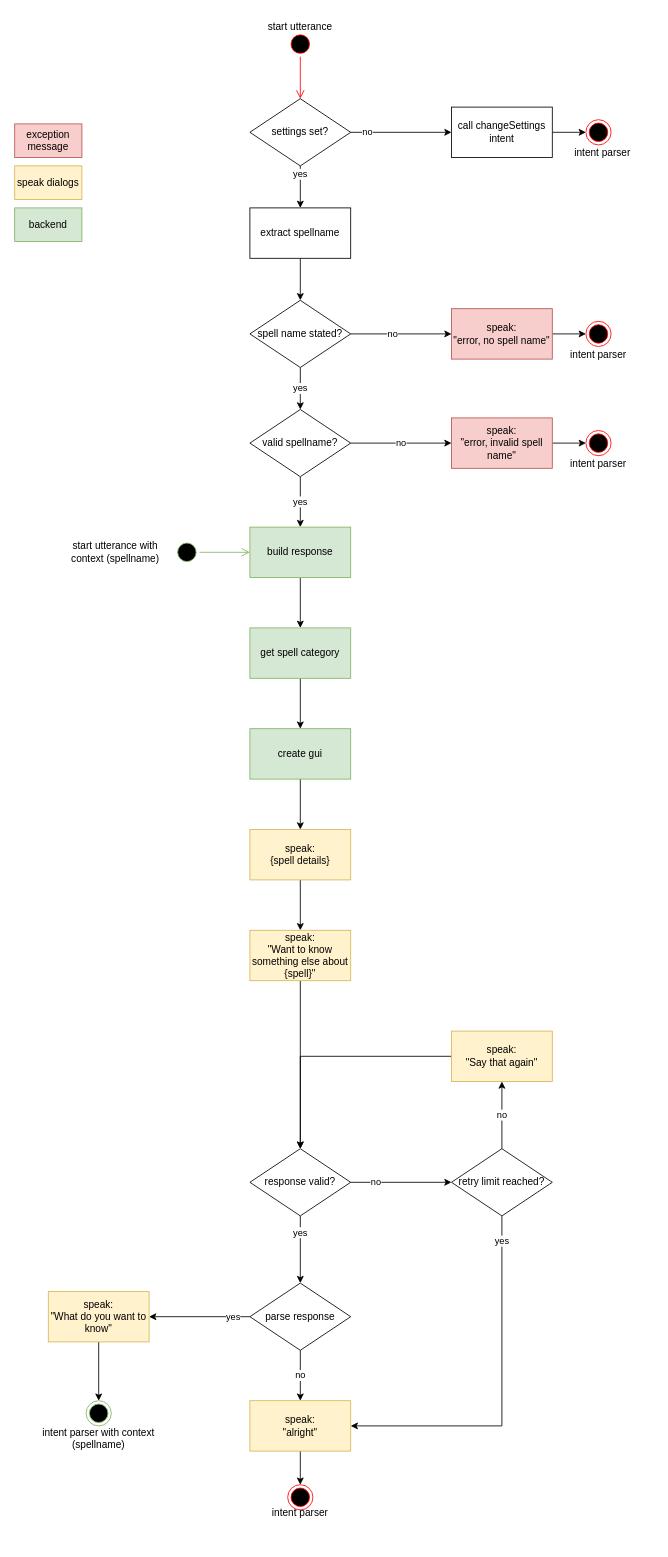
Linyeir/spellcastmanager-skill keeps this draw.io diagram as doc/activityDiagram/getAllDetails.drawio. Above is the earlier version. Source tidied: cells renumbered, new cells numbered last; positions are measured from the earlier drawing's top-left corner, leaving out a move shared by most shapes. Both pictures are drawn from the tidied source at 84%, with x=0, y=0 at pixel (14, 14).
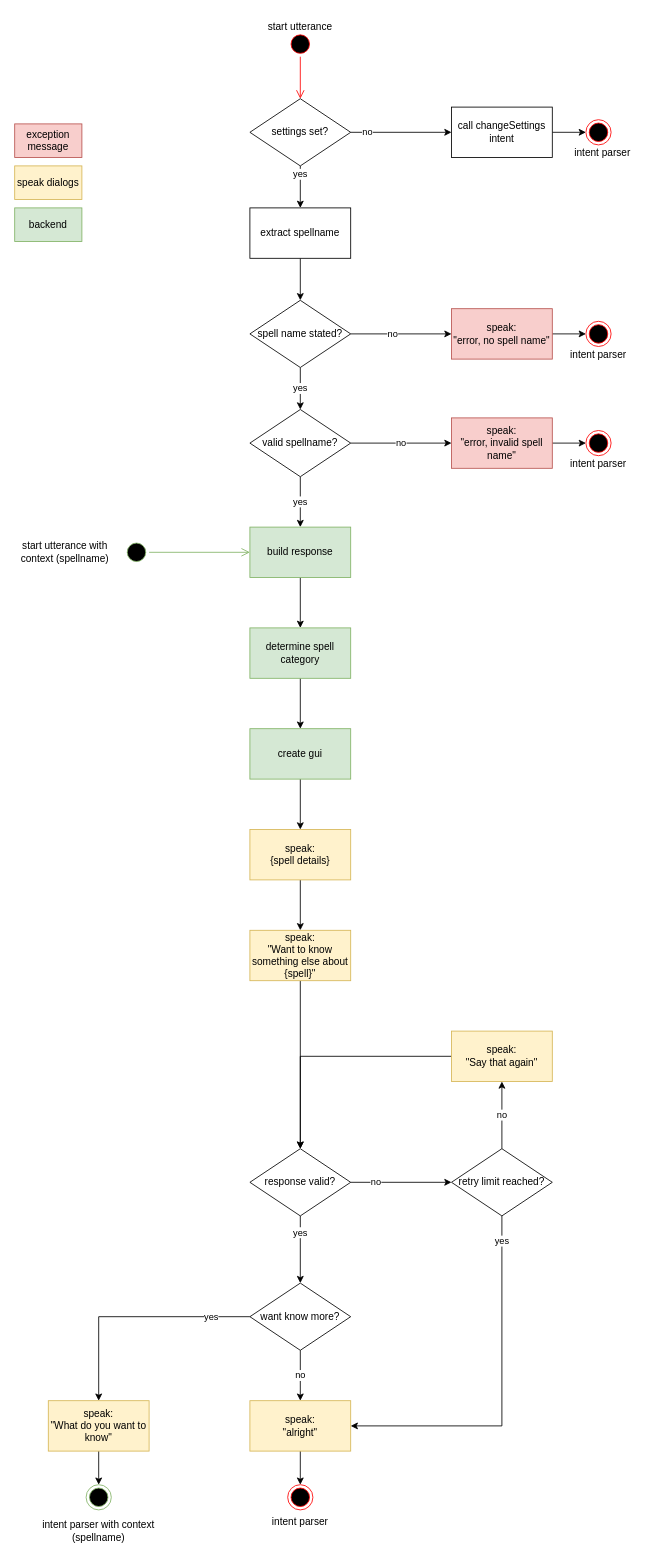
After the change.

What changed in the source:
```diff
@@
-    <mxCell id="23" value="yes" style="edgeStyle=orthogonalEdgeStyle;rounded=0;jettySize=auto;html=1;exitX=0;exitY=0.5;exitDx=0;exitDy=0;entryX=1;entryY=0.5;entryDx=0;entryDy=0;" parent="1" edge="1" source="24" target="28">
+    <mxCell id="23" value="yes" style="edgeStyle=orthogonalEdgeStyle;rounded=0;jettySize=auto;html=1;exitX=0;exitY=0.5;exitDx=0;exitDy=0;entryX=0.5;entryY=0;entryDx=0;entryDy=0;" parent="1" edge="1" source="24" target="28">
       <mxGeometry x="-0.67" relative="1" as="geometry" />
     </mxCell>
-    <mxCell id="24" value="parse response" style="rhombus;whiteSpace=wrap;html=1;" parent="1" vertex="1">
+    <mxCell id="24" value="want know more?" style="rhombus;whiteSpace=wrap;html=1;" parent="1" vertex="1">
       <mxGeometry x="280" y="1510" width="120" height="80" as="geometry" />
     </mxCell>
@@
     <mxCell id="28" value="speak:&lt;br&gt;&quot;What do you want to know&quot;" style="rounded=0;whiteSpace=wrap;html=1;fillColor=#fff2cc;strokeColor=#d6b656;" parent="1" vertex="1">
-      <mxGeometry x="40" y="1520" width="120" height="60" as="geometry" />
+      <mxGeometry x="40" y="1650" width="120" height="60" as="geometry" />
     </mxCell>
@@
     <mxCell id="32" style="ellipse;html=1;shape=startState;fillColor=#000000;strokeColor=#82b366;" parent="1" vertex="1">
-      <mxGeometry x="190" y="625" width="30" height="30" as="geometry" />
+      <mxGeometry x="130" y="625" width="30" height="30" as="geometry" />
     </mxCell>
@@
     <mxCell id="34" style="ellipse;html=1;shape=endState;fillColor=#000000;strokeColor=#82b366;" parent="1" vertex="1">
-      <mxGeometry x="85" y="1650" width="30" height="30" as="geometry" />
+      <mxGeometry x="85" y="1750" width="30" height="30" as="geometry" />
     </mxCell>
@@
     <mxCell id="36" value="start utterance with context (spellname)" style="text;html=1;strokeColor=none;fillColor=none;align=center;verticalAlign=middle;whiteSpace=wrap;rounded=0;" parent="1" vertex="1">
-      <mxGeometry x="60" y="625" width="120" height="30" as="geometry" />
+      <mxGeometry y="625" width="120" height="30" as="geometry" />
     </mxCell>
     <mxCell id="37" value="intent parser with context (spellname)" style="text;html=1;strokeColor=none;fillColor=none;align=center;verticalAlign=middle;whiteSpace=wrap;rounded=0;" parent="1" vertex="1">
-      <mxGeometry y="1680" width="200" height="30" as="geometry" />
+      <mxGeometry y="1790" width="200" height="30" as="geometry" />
     </mxCell>
     <mxCell id="38" value="intent parser" style="text;html=1;strokeColor=none;fillColor=none;align=center;verticalAlign=middle;whiteSpace=wrap;rounded=0;" parent="1" vertex="1">
-      <mxGeometry x="280" y="1769" width="120" height="30" as="geometry" />
+      <mxGeometry x="280" y="1780" width="120" height="30" as="geometry" />
     </mxCell>
@@
-    <mxCell id="60" value="get spell category" style="rounded=0;whiteSpace=wrap;html=1;fillColor=#d5e8d4;strokeColor=#82b366;" parent="1" vertex="1">
+    <mxCell id="60" value="determine spell category" style="rounded=0;whiteSpace=wrap;html=1;fillColor=#d5e8d4;strokeColor=#82b366;" parent="1" vertex="1">
       <mxGeometry x="280" y="730" width="120" height="60" as="geometry" />
     </mxCell>
```
